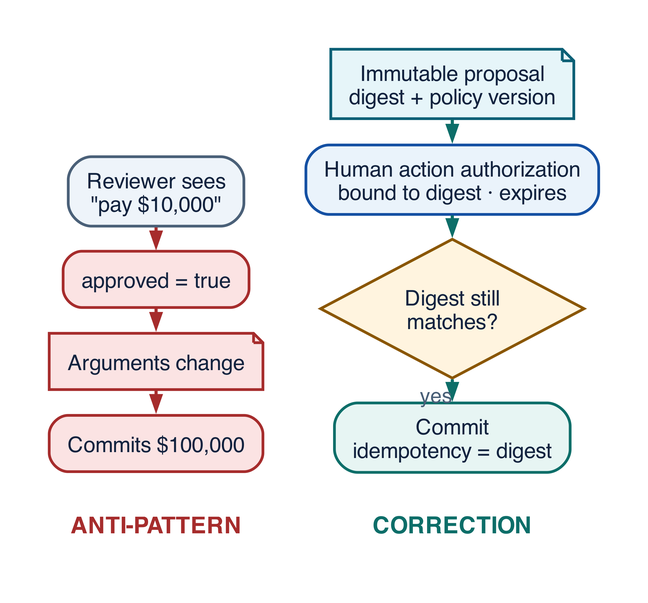
This is assets/diagrams/anti-approval-binding.png from rrahimi-uci/building-enterprise-general-intelligence, a Graphviz export, as it was before one commit. Its source is kept beside it as assets/diagrams/src/anti-approval-binding.gv.
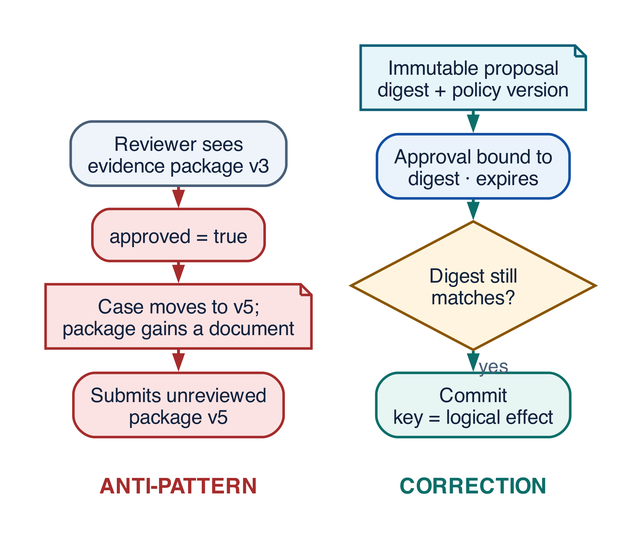
Later version of the same file.

Diff of the diagram source:
```diff
@@ -10,14 +10,14 @@
   bad -> good [style=invis]
 
 
-  b1 [label="Reviewer sees\n\"pay $10,000\"", shape=box, style="filled,rounded", fillcolor="#EEF4FA", color="#4A6078"]
+  b1 [label="Reviewer sees\nevidence package v3", shape=box, style="filled,rounded", fillcolor="#EEF4FA", color="#4A6078"]
   b2 [label="approved = true", shape=box, style="filled,rounded", fillcolor="#FBE3E3", color="#A62C2C"]
-  b3 [label="Arguments change", shape=note, style=filled, fillcolor="#FBE3E3", color="#A62C2C"]
-  b4 [label="Commits $100,000", shape=box, style="filled,rounded", fillcolor="#FBE3E3", color="#A62C2C"]
+  b3 [label="Case moves to v5;\npackage gains a document", shape=note, style=filled, fillcolor="#FBE3E3", color="#A62C2C"]
+  b4 [label="Submits unreviewed\npackage v5", shape=box, style="filled,rounded", fillcolor="#FBE3E3", color="#A62C2C"]
   g1 [label="Immutable proposal\ndigest + policy version", shape=note, style=filled, fillcolor="#E6F5F9", color="#0B6076"]
-  g2 [label="Human action authorization\nbound to digest · expires", shape=box, style="filled,rounded", fillcolor="#EAF3FB", color="#1450A3"]
+  g2 [label="Approval bound to\ndigest · expires", shape=box, style="filled,rounded", fillcolor="#EAF3FB", color="#1450A3"]
   g3 [label="Digest still\nmatches?", shape=diamond, style=filled, fillcolor="#FFF4DF", color="#8A5600", height=0.62]
-  g4 [label="Commit\nidempotency = digest", shape=box, style="filled,rounded", fillcolor="#E7F5F3", color="#0D6E69"]
+  g4 [label="Commit\nkey = logical effect", shape=box, style="filled,rounded", fillcolor="#E7F5F3", color="#0D6E69"]
 
   b1 -> b2 [color="#A62C2C", constraint=false]
   b2 -> b3 [color="#A62C2C", constraint=false]
```
